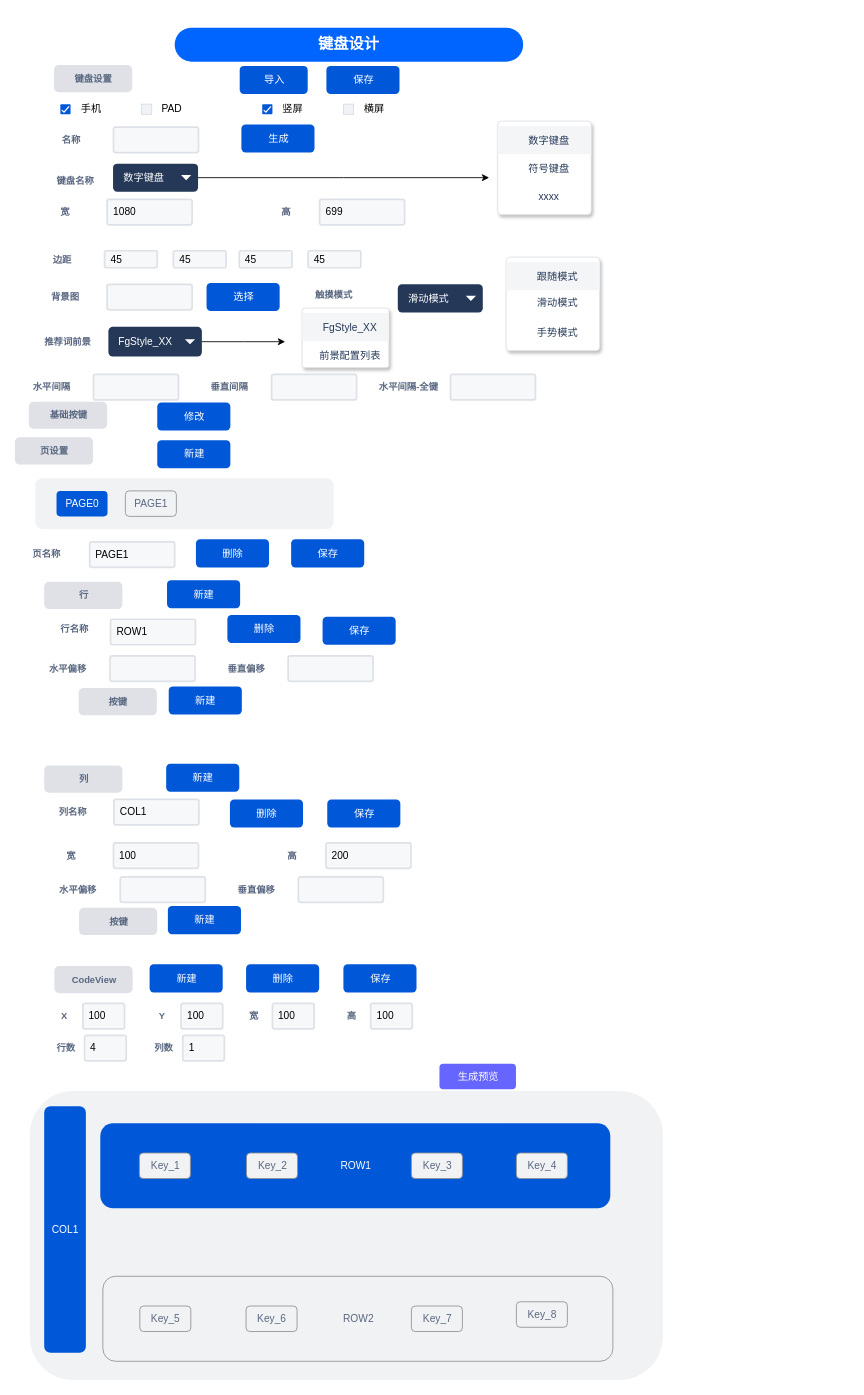
This is layout-editor/键盘设置.drawio from chonglv/charts, a draw.io file, before an edit. Source tidied: cells renumbered, new cells numbered last; positions are measured from the earlier drawing's top-left corner, leaving out a move shared by most shapes. Both pictures are drawn from the tidied source at 85%, with x=0, y=0 at pixel (15, 27).
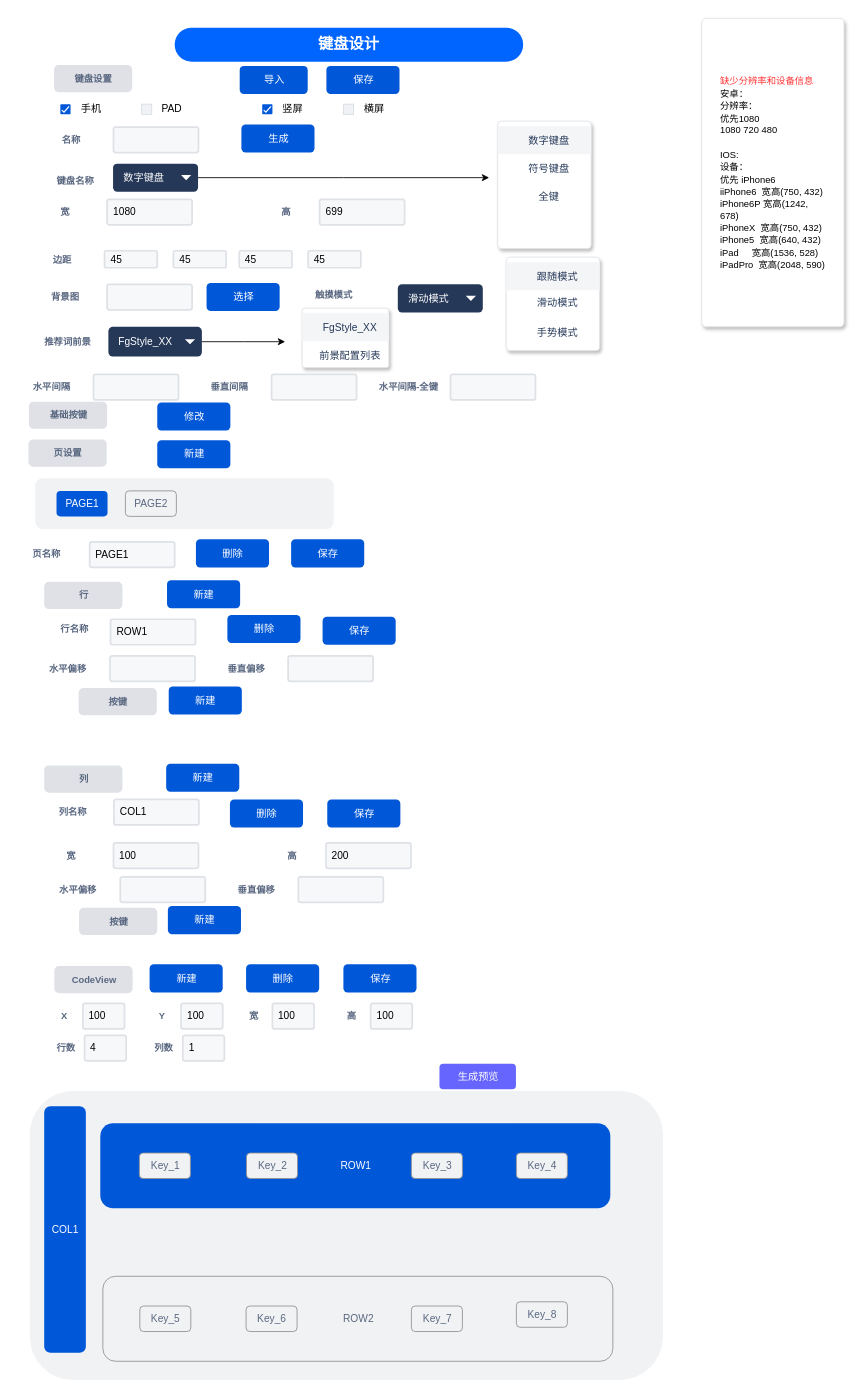
The same page after the edit.

Commit message:
更新键盘设置.drawio

What changed in the source:
```diff
@@
     <mxCell id="24" style="rounded=1;fillColor=#ffffff;strokeColor=#DFE1E5;shadow=1;html=1;arcSize=4;align=center;" parent="1" vertex="1">
-      <mxGeometry x="567" y="110" width="110" height="110" as="geometry" />
+      <mxGeometry x="567" y="110" width="110" height="150" as="geometry" />
     </mxCell>
@@
-    <mxCell id="27" value="xxxx" style="rounded=0;fillColor=none;strokeColor=none;shadow=0;html=1;align=center;fontSize=12;spacingLeft=10;fontColor=#253858;" parent="24" vertex="1">
+    <mxCell id="27" value="全键" style="rounded=0;fillColor=none;strokeColor=none;shadow=0;html=1;align=center;fontSize=12;spacingLeft=10;fontColor=#253858;" parent="24" vertex="1">
       <mxGeometry width="110" height="33" relative="1" as="geometry">
         <mxPoint y="72" as="offset" />
       </mxGeometry>
     </mxCell>
@@
-    <mxCell id="31" value="PAGE0" style="rounded=1;fillColor=#0057D8;strokeColor=none;html=1;fontColor=#ffffff;align=center;verticalAlign=middle;fontStyle=0;fontSize=12;" parent="1" vertex="1">
+    <mxCell id="31" value="PAGE1" style="rounded=1;fillColor=#0057D8;strokeColor=none;html=1;fontColor=#ffffff;align=center;verticalAlign=middle;fontStyle=0;fontSize=12;" parent="1" vertex="1">
       <mxGeometry x="48" y="545" width="60" height="30" as="geometry" />
     </mxCell>
-    <mxCell id="32" value="PAGE1" style="rounded=1;align=center;fillColor=#F1F2F4;strokeColor=#919191;html=1;fontColor=#596780;fontSize=12;" parent="1" vertex="1">
+    <mxCell id="32" value="PAGE2" style="rounded=1;align=center;fillColor=#F1F2F4;strokeColor=#919191;html=1;fontColor=#596780;fontSize=12;" parent="1" vertex="1">
       <mxGeometry x="129" y="545" width="60" height="30" as="geometry" />
     </mxCell>
@@
     <mxCell id="117" value="&lt;span style=&quot;color: rgb(89 , 103 , 128) ; font-size: 11px&quot;&gt;页设置&lt;/span&gt;" style="dashed=0;html=1;rounded=1;fillColor=#DFE1E6;strokeColor=#DFE1E6;fontSize=12;align=center;fontStyle=1;strokeWidth=2;fontColor=#42526E;" parent="1" vertex="1">
-      <mxGeometry y="483" width="90" height="30" as="geometry" />
+      <mxGeometry x="16" y="485.5" width="90" height="30" as="geometry" />
     </mxCell>
@@
+    <mxCell id="121" value="&lt;span style=&quot;font-size: 11px&quot;&gt;&lt;font color=&quot;#ff3333&quot;&gt;缺少分辨率和设备信息&lt;br&gt;&lt;/font&gt;安卓：&lt;br&gt;分辨率：&lt;br&gt;优先1080&lt;br&gt;1080 720 480&lt;br&gt;&lt;br&gt;IOS:&lt;br&gt;设备：&lt;br&gt;优先 iPhone6&lt;br&gt;i&lt;/span&gt;&lt;span style=&quot;font-size: 11px&quot;&gt;iPhone6&amp;nbsp; 宽高(750, 432)&lt;/span&gt;&lt;div&gt;&lt;span style=&quot;font-size: 11px&quot;&gt;iPhone6P 宽高(1242, 678)&lt;/span&gt;&lt;/div&gt;&lt;div&gt;&lt;span style=&quot;font-size: 11px&quot;&gt;iPhoneX&amp;nbsp; 宽高(750, 432)&lt;/span&gt;&lt;/div&gt;&lt;div&gt;&lt;span style=&quot;font-size: 11px&quot;&gt;iPhone5&amp;nbsp; 宽高(640, 432)&lt;/span&gt;&lt;/div&gt;&lt;div&gt;&lt;span style=&quot;font-size: 11px&quot;&gt;iPad&amp;nbsp; &amp;nbsp; &amp;nbsp;宽高(1536, 528)&lt;/span&gt;&lt;/div&gt;&lt;div&gt;&lt;span style=&quot;font-size: 11px&quot;&gt;iPadPro&amp;nbsp; 宽高(2048, 590)&lt;/span&gt;&lt;/div&gt;" style="rounded=1;arcSize=3;fillColor=#ffffff;strokeColor=#DFE1E5;strokeWidth=1;shadow=1;align=left;html=1;whiteSpace=wrap;spacingLeft=20;spacingRight=20;fontSize=12;" parent="1" vertex="1">
+      <mxGeometry x="807" y="-11" width="167.5" height="363" as="geometry" />
+    </mxCell>
```
